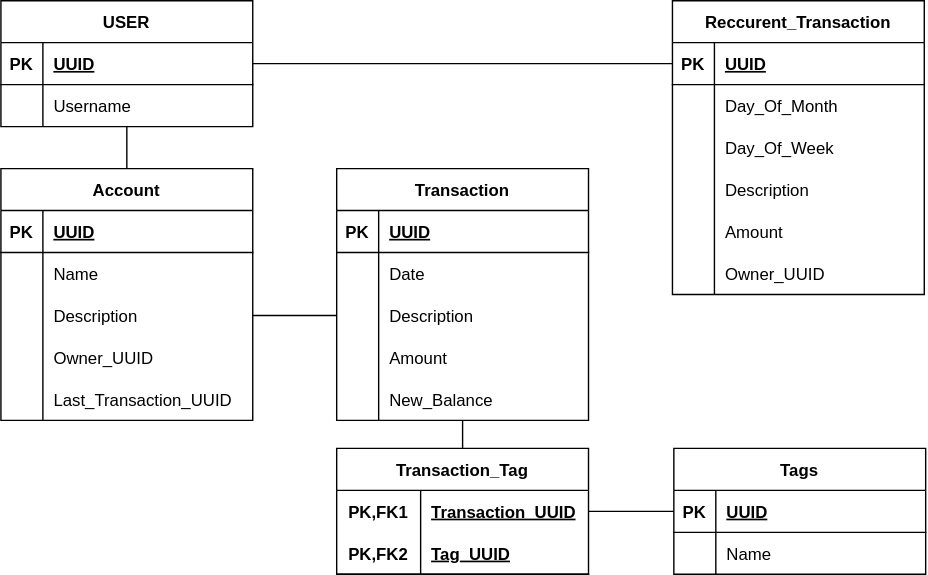
axellink/serverless_bank_manager keeps this draw.io diagram as schema/db.drawio.svg. Above is the earlier version. Source tidied: cells renumbered, new cells last; positions are measured from the earlier drawing's top-left corner, leaving out a move shared by most shapes.
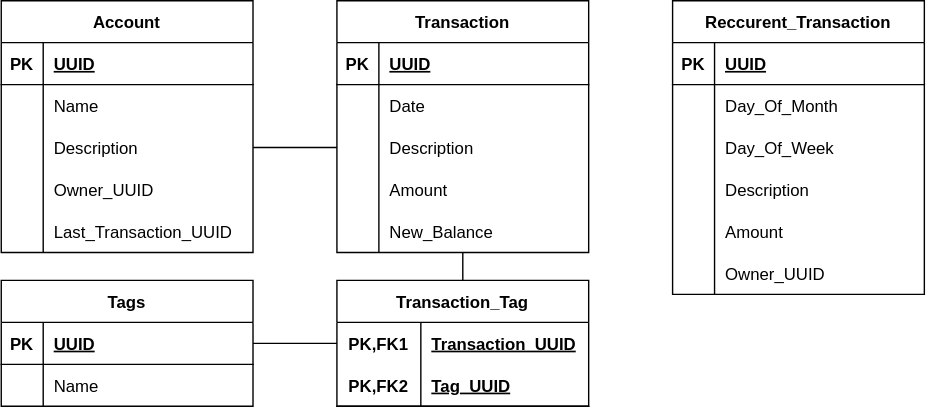
Later version of the same file.

Commit message:
Don't need a table for user with cognito

Diff of the diagram source:
```diff
@@ -2,27 +2,6 @@
   <root>
     <mxCell id="0" />
     <mxCell id="1" parent="0" />
-    <mxCell id="2" value="USER" style="shape=table;startSize=30;rowLines=0;fontStyle=1;align=center;" parent="1" vertex="1">
-      <mxGeometry width="180" height="90" as="geometry" />
-    </mxCell>
-    <mxCell id="3" style="shape=partialRectangle;fillColor=none;top=0;left=0;bottom=1;right=0;points=[[0,0.5],[1,0.5]];portConstraint=eastwest;" parent="2" vertex="1">
-      <mxGeometry y="30" width="180" height="30" as="geometry" />
-    </mxCell>
-    <mxCell id="4" value="PK" style="shape=partialRectangle;top=0;left=0;bottom=0;right=0;fontStyle=1;overflow=hidden;fillColor=none;" parent="3" vertex="1">
-      <mxGeometry width="30" height="30" as="geometry" />
-    </mxCell>
-    <mxCell id="5" value="UUID" style="shape=partialRectangle;top=0;left=0;bottom=0;right=0;align=left;spacingLeft=6;fontStyle=5;overflow=hidden;fillColor=none;" parent="3" vertex="1">
-      <mxGeometry x="30" width="150" height="30" as="geometry" />
-    </mxCell>
-    <mxCell id="6" style="shape=partialRectangle;fillColor=none;top=0;left=0;bottom=0;right=0;points=[[0,0.5],[1,0.5]];portConstraint=eastwest;" parent="2" vertex="1">
-      <mxGeometry y="60" width="180" height="30" as="geometry" />
-    </mxCell>
-    <mxCell id="7" style="shape=partialRectangle;top=0;left=0;bottom=0;right=0;overflow=hidden;fillColor=none;" parent="6" vertex="1">
-      <mxGeometry width="30" height="30" as="geometry" />
-    </mxCell>
-    <mxCell id="8" value="Username" style="shape=partialRectangle;top=0;left=0;bottom=0;right=0;align=left;spacingLeft=6;overflow=hidden;fillColor=none;" parent="6" vertex="1">
-      <mxGeometry x="30" width="150" height="30" as="geometry" />
-    </mxCell>
     <mxCell id="9" value="Account" style="shape=table;startSize=30;rowLines=0;fontStyle=1;align=center;" parent="1" vertex="1">
       <mxGeometry y="120" width="180" height="180" as="geometry" />
     </mxCell>
@@ -71,9 +50,6 @@
     <mxCell id="24" value="Last_Transaction_UUID" style="shape=partialRectangle;top=0;left=0;bottom=0;right=0;align=left;spacingLeft=6;overflow=hidden;strokeWidth=1;perimeterSpacing=1;fillColor=none;" parent="22" vertex="1">
       <mxGeometry x="30" width="150" height="30" as="geometry" />
     </mxCell>
-    <mxCell id="25" style="endArrow=none;html=1;rounded=0;exitX=0.5;exitY=0;exitDx=0;exitDy=0;" parent="1" edge="1" source="9" target="6">
-      <mxGeometry relative="1" as="geometry" />
-    </mxCell>
     <mxCell id="26" value="Transaction" style="shape=table;startSize=30;rowLines=0;fontStyle=1;align=center;swimlaneLine=1;" parent="1" vertex="1">
       <mxGeometry x="240" y="120" width="180" height="180" as="geometry" />
     </mxCell>
@@ -126,7 +102,7 @@
       <mxGeometry x="240" y="270" width="30" height="30" as="geometry" />
     </mxCell>
     <mxCell id="43" value="Tags" style="shape=table;startSize=30;rowLines=0;fontStyle=1;align=center;strokeWidth=1;fillColor=none;" parent="1" vertex="1">
-      <mxGeometry x="481" y="320" width="180" height="90" as="geometry" />
+      <mxGeometry y="320" width="180" height="90" as="geometry" />
     </mxCell>
     <mxCell id="44" style="shape=partialRectangle;fillColor=none;top=0;left=0;bottom=1;right=0;points=[[0,0.5],[1,0.5]];portConstraint=eastwest;strokeWidth=1;" parent="43" vertex="1">
       <mxGeometry y="30" width="180" height="30" as="geometry" />
@@ -173,11 +149,11 @@
     <mxCell id="58" style="endArrow=none;html=1;rounded=0;" parent="1" edge="1" source="39" target="50">
       <mxGeometry relative="1" as="geometry" />
     </mxCell>
-    <mxCell id="59" style="endArrow=none;html=1;rounded=0;entryX=0;entryY=0.5;entryDx=0;entryDy=0;exitX=1;exitY=0.5;exitDx=0;exitDy=0;" parent="1" edge="1" source="51" target="44">
+    <mxCell id="59" style="endArrow=none;html=1;rounded=0;entryX=1;entryY=0.5;entryDx=0;entryDy=0;exitX=0;exitY=0.5;exitDx=0;exitDy=0;" parent="1" edge="1" source="51" target="44">
       <mxGeometry relative="1" as="geometry" />
     </mxCell>
     <mxCell id="60" value="Reccurent_Transaction" style="shape=table;startSize=30;rowLines=0;fontStyle=1;align=center;strokeWidth=1;fillColor=none;" parent="1" vertex="1">
-      <mxGeometry x="480" width="180" height="210" as="geometry" />
+      <mxGeometry x="480" y="120" width="180" height="210" as="geometry" />
     </mxCell>
     <mxCell id="61" style="shape=partialRectangle;fillColor=none;top=0;left=0;bottom=1;right=0;points=[[0,0.5],[1,0.5]];portConstraint=eastwest;strokeWidth=1;" parent="60" vertex="1">
       <mxGeometry y="30" width="180" height="30" as="geometry" />
@@ -233,8 +209,5 @@
     <mxCell id="78" value="Owner_UUID" style="shape=partialRectangle;fillColor=none;top=0;left=0;bottom=0;right=0;align=left;spacingLeft=6;overflow=hidden;strokeWidth=1;" parent="76" vertex="1">
       <mxGeometry x="30" width="150" height="30" as="geometry" />
     </mxCell>
-    <mxCell id="79" style="endArrow=none;html=1;rounded=0;exitX=1;exitY=0.5;exitDx=0;exitDy=0;entryX=0;entryY=0.5;entryDx=0;entryDy=0;" parent="1" edge="1" source="3" target="61">
-      <mxGeometry relative="1" as="geometry" />
-    </mxCell>
   </root>
 </mxGraphModel>
```
